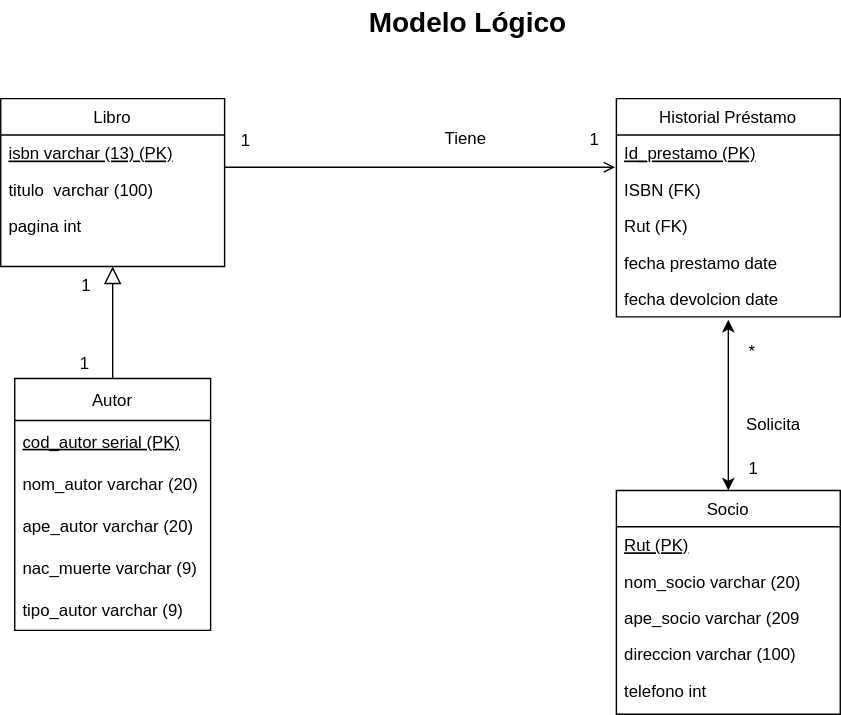
The draw.io diagram Modelo logico.drawio.svg in FranSantander/-Biblioteca, before a commit. Source tidied: cells renumbered, new cells last; positions are measured from the earlier drawing's top-left corner, leaving out a move shared by most shapes.
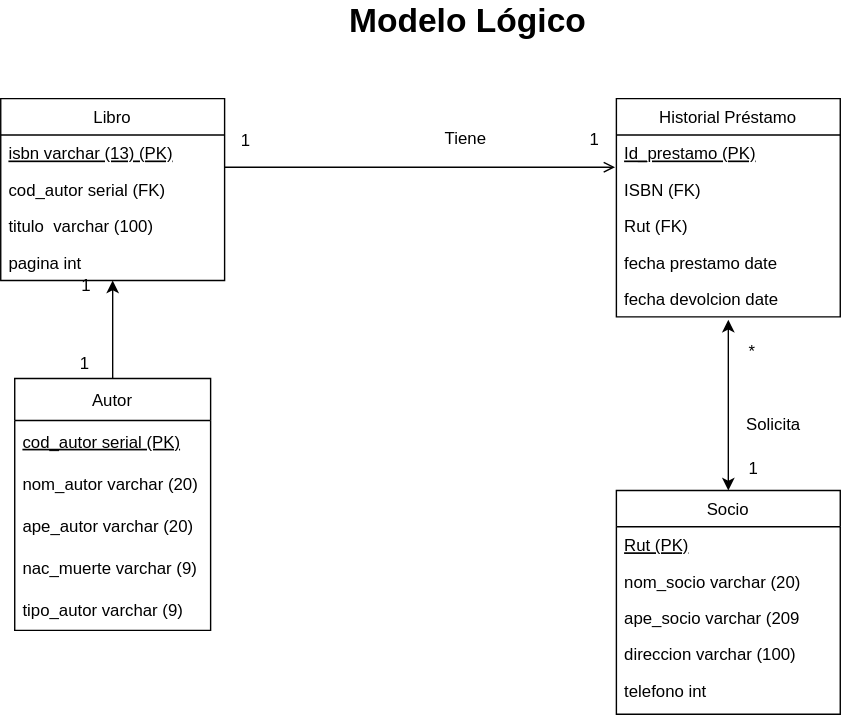
After the change.

Diff of the diagram source:
```diff
@@ -3,16 +3,19 @@
     <mxCell id="0" />
     <mxCell id="1" parent="0" />
     <mxCell id="2" value="Libro" style="swimlane;fontStyle=0;align=center;verticalAlign=top;horizontal=1;startSize=26;rounded=0;shadow=0;strokeWidth=1;" parent="1" vertex="1">
-      <mxGeometry y="70" width="160" height="120" as="geometry" />
+      <mxGeometry y="70" width="160" height="130" as="geometry" />
     </mxCell>
     <mxCell id="3" value="isbn varchar (13) (PK)" style="text;align=left;verticalAlign=top;spacingLeft=4;spacingRight=4;overflow=hidden;fontStyle=4;" parent="2" vertex="1">
       <mxGeometry y="26" width="160" height="26" as="geometry" />
     </mxCell>
-    <mxCell id="4" value="titulo  varchar (100)" style="text;align=left;verticalAlign=top;spacingLeft=4;spacingRight=4;overflow=hidden;rounded=0;shadow=0;html=0;" parent="2" vertex="1">
+    <mxCell id="4" value="cod_autor serial (FK)" style="text;align=left;verticalAlign=top;spacingLeft=4;spacingRight=4;overflow=hidden;rounded=0;shadow=0;html=0;" parent="2" vertex="1">
       <mxGeometry y="52" width="160" height="26" as="geometry" />
     </mxCell>
+    <mxCell id="36" value="titulo  varchar (100)" style="text;align=left;verticalAlign=top;spacingLeft=4;spacingRight=4;overflow=hidden;rounded=0;shadow=0;html=0;" parent="2" vertex="1">
+      <mxGeometry y="78" width="160" height="26" as="geometry" />
+    </mxCell>
     <mxCell id="5" value="pagina int" style="text;align=left;verticalAlign=top;spacingLeft=4;spacingRight=4;overflow=hidden;rounded=0;shadow=0;html=0;" parent="2" vertex="1">
-      <mxGeometry y="78" width="160" height="26" as="geometry" />
+      <mxGeometry y="104" width="160" height="26" as="geometry" />
     </mxCell>
     <mxCell id="6" value="Historial Préstamo" style="swimlane;fontStyle=0;align=center;verticalAlign=top;horizontal=1;startSize=26;rounded=0;shadow=0;strokeWidth=1;" parent="1" vertex="1">
       <mxGeometry x="440" y="70" width="160" height="156" as="geometry" />
@@ -85,13 +88,6 @@
     <mxCell id="24" value="tipo_autor varchar (9)" style="text;strokeColor=none;fillColor=none;align=left;verticalAlign=middle;spacingLeft=4;spacingRight=4;overflow=hidden;" parent="19" vertex="1">
       <mxGeometry y="150" width="140" height="30" as="geometry" />
     </mxCell>
-    <mxCell id="25" style="endArrow=block;endSize=10;endFill=0;shadow=0;strokeWidth=1;rounded=0;edgeStyle=elbowEdgeStyle;elbow=vertical;exitX=0.5;exitY=0;exitDx=0;exitDy=0;entryX=0.5;entryY=1;entryDx=0;entryDy=0;" parent="1" edge="1" source="19" target="2">
-      <mxGeometry relative="1" as="geometry">
-        <Array as="points">
-          <mxPoint x="40" y="230" />
-        </Array>
-      </mxGeometry>
-    </mxCell>
     <mxCell id="26" value="Socio" style="swimlane;fontStyle=0;align=center;verticalAlign=top;horizontal=1;startSize=26;rounded=0;shadow=0;strokeWidth=1;" parent="1" vertex="1">
       <mxGeometry x="440" y="350" width="160" height="160" as="geometry" />
     </mxCell>
@@ -123,8 +119,13 @@
         <mxPoint x="-85" y="139" as="offset" />
       </mxGeometry>
     </mxCell>
-    <mxCell id="35" value="&lt;font style=&quot;font-size: 20px&quot;&gt;Modelo Lógico&lt;/font&gt;" style="text;html=1;strokeColor=none;fillColor=none;align=center;verticalAlign=middle;whiteSpace=wrap;rounded=0;fontStyle=1;" parent="1" vertex="1">
-      <mxGeometry x="256" width="156" height="30" as="geometry" />
+    <mxCell id="35" value="&lt;font style=&quot;font-size: 24px&quot;&gt;Modelo Lógico&lt;/font&gt;" style="text;html=1;strokeColor=none;fillColor=none;align=center;verticalAlign=middle;whiteSpace=wrap;rounded=0;fontStyle=1;" parent="1" vertex="1">
+      <mxGeometry x="247" width="174" height="30" as="geometry" />
     </mxCell>
+    <mxCell id="37" style="endArrow=classic;html=1;rounded=0;fontSize=24;entryX=0.5;entryY=1;entryDx=0;entryDy=0;" parent="1" edge="1" target="2">
+      <mxGeometry relative="1" as="geometry">
+        <mxPoint x="80" y="270" as="sourcePoint" />
+      </mxGeometry>
+    </mxCell>
   </root>
 </mxGraphModel>
```
